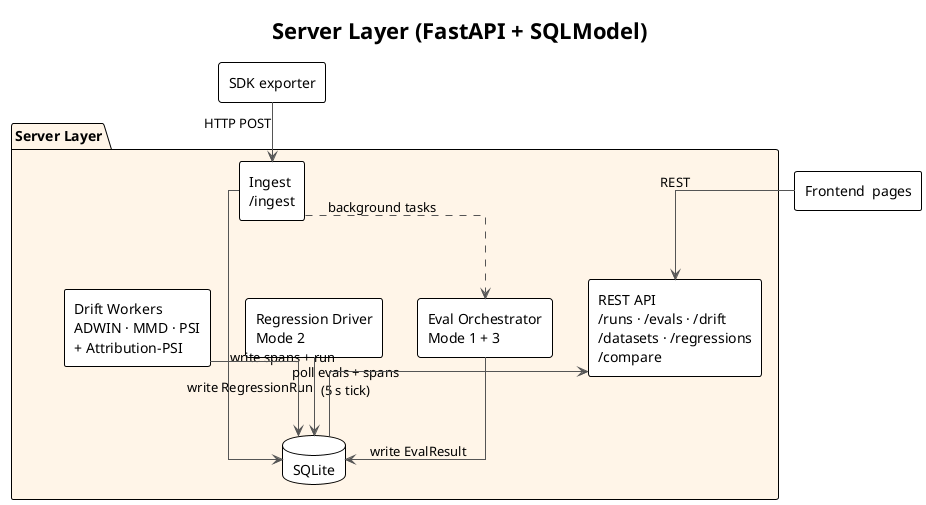
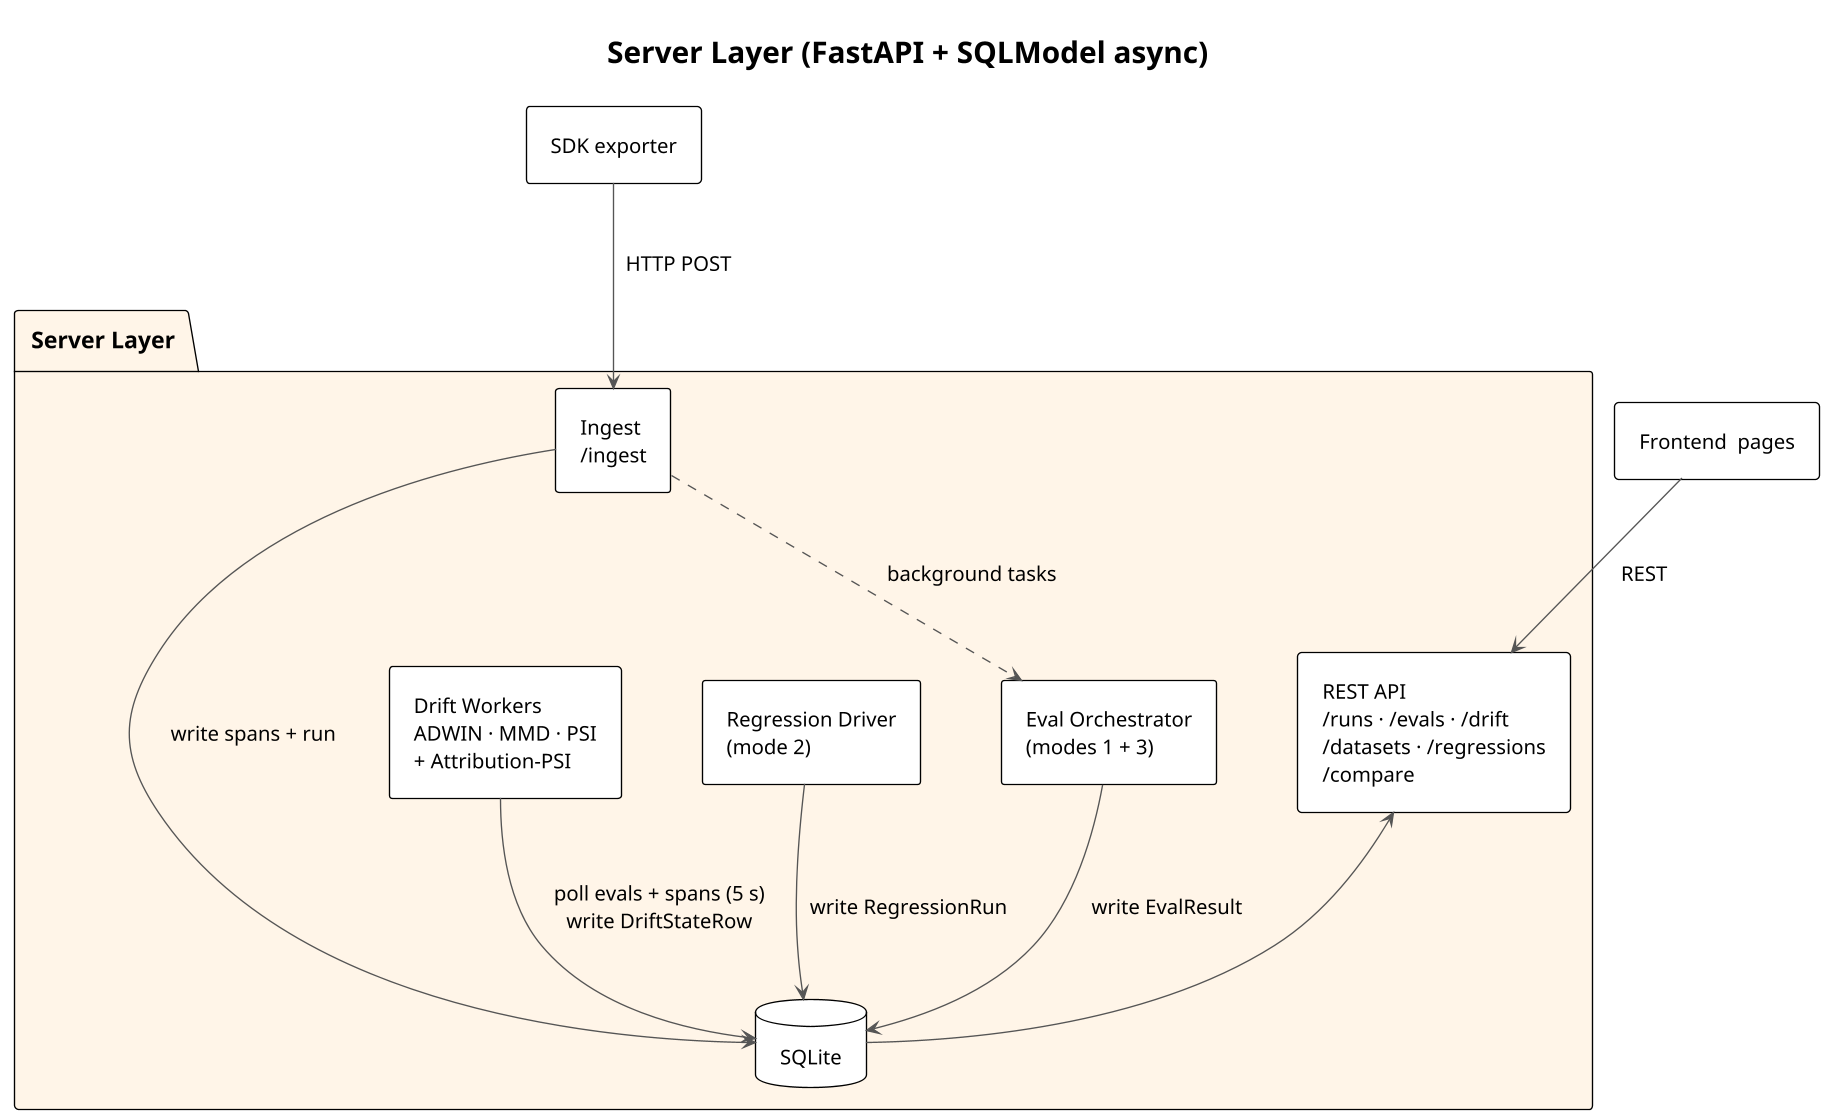
@startuml server-layer
!theme plain
skinparam backgroundColor white
skinparam componentStyle rectangle
- skinparam linetype ortho
+ skinparam dpi 130
skinparam packageBackgroundColor #fff5e8
skinparam componentBackgroundColor #ffffff
skinparam ArrowColor #555555
+ skinparam defaultFontName Helvetica
+ skinparam defaultFontSize 15
+ skinparam packageFontSize 17
+ skinparam packageFontStyle bold
+ skinparam nodesep 60
+ skinparam ranksep 80
+ skinparam padding 8

- title Server Layer (FastAPI + SQLModel)
+ title Server Layer (FastAPI + SQLModel async)

[SDK exporter] as SDK

package "Server Layer" #fff5e8 {
  [Ingest\n/ingest] as Ingest
  database "SQLite" as DB
-   [Eval Orchestrator\nMode 1 + 3] as EvalOrch
-   [Regression Driver\nMode 2] as RegOrch
+   [Eval Orchestrator\n(modes 1 + 3)] as EvalOrch
+   [Regression Driver\n(mode 2)] as RegOrch
  [Drift Workers\nADWIN · MMD · PSI\n+ Attribution-PSI] as Drift
  [REST API\n/runs · /evals · /drift\n/datasets · /regressions\n/compare] as Api
}

[Frontend  pages] as Web

- SDK --> Ingest : HTTP POST
- Ingest --> DB : write spans + run
- Ingest ..> EvalOrch : background tasks
+ SDK      --> Ingest : HTTP POST
+ Ingest   --> DB : write spans + run
+ Ingest   ..> EvalOrch : background tasks
EvalOrch --> DB : write EvalResult
- RegOrch --> DB : write RegressionRun
- Drift --> DB : poll evals + spans\n(5 s tick)
- Api <-- DB
+ RegOrch  --> DB : write RegressionRun
+ Drift    --> DB : poll evals + spans (5 s)\nwrite DriftStateRow
+ Api      <-- DB

Web --> Api : REST

@enduml
